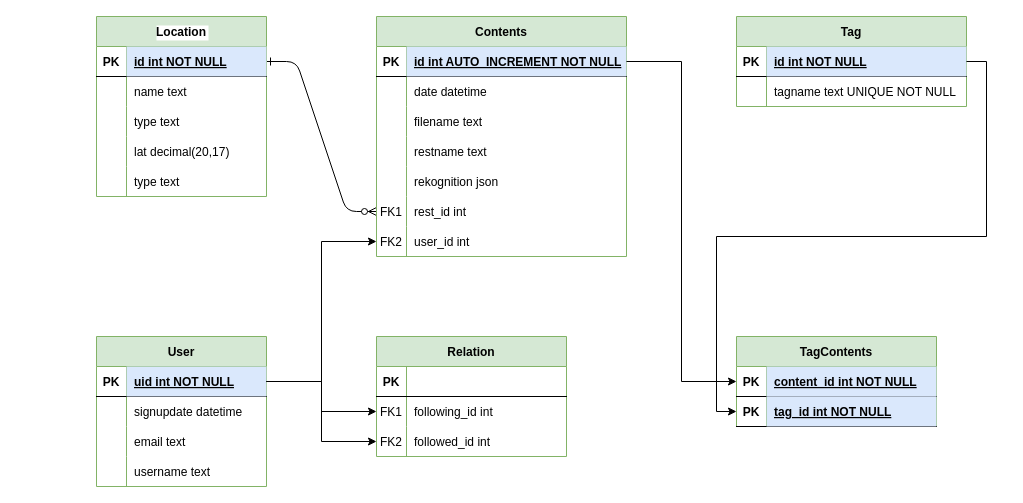
flavor-us/backend keeps this draw.io diagram as Entity Relation Diagram.drawio. Above is the earlier version. Source tidied: cells renumbered, new cells numbered last; positions are measured from the earlier drawing's top-left corner, leaving out a move shared by most shapes. Both pictures are drawn from the tidied source at 100%, with x=0, y=0 at pixel (96, 16).
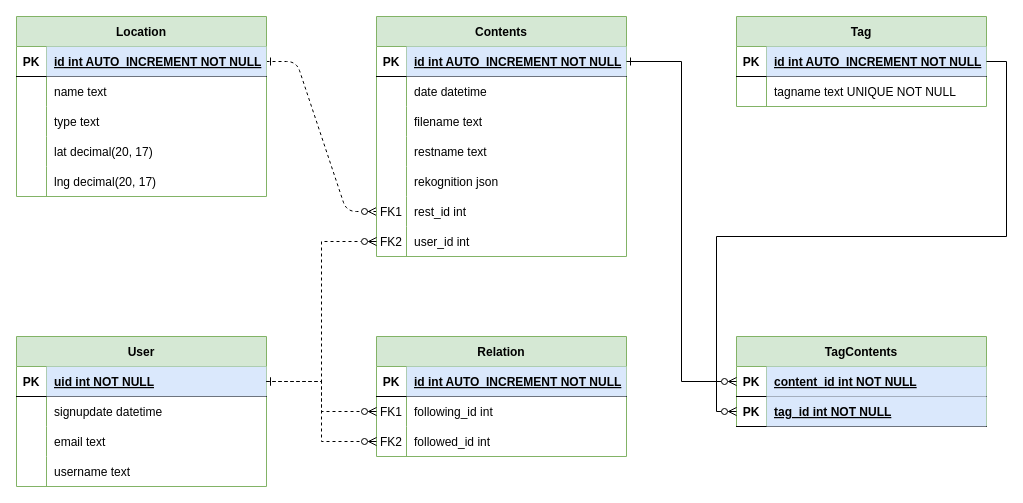
Above is the later version.

Unchanged cells that the change refers to:
```xml
<mxCell id="27" style="shape=partialRectangle;fillColor=none;points=[[0,0.5],[1,0.5]];portConstraint=eastwest;top=0;left=0;right=0;bottom=1;" parent="26" vertex="1">
  <mxGeometry y="30" width="250" height="30" as="geometry" />
</mxCell>
<mxCell id="42" style="shape=partialRectangle;fillColor=none;points=[[0,0.5],[1,0.5]];portConstraint=eastwest;top=0;left=0;right=0;bottom=0;" parent="26" vertex="1">
  <mxGeometry y="180" width="250" height="30" as="geometry" />
</mxCell>
<mxCell id="45" style="shape=partialRectangle;fillColor=none;points=[[0,0.5],[1,0.5]];portConstraint=eastwest;top=0;left=0;right=0;bottom=0;" parent="26" vertex="1">
  <mxGeometry y="210" width="250" height="30" as="geometry" />
</mxCell>
```

What changed in the source:
```diff
@@
-    <mxCell id="2" style="edgeStyle=entityRelationEdgeStyle;endArrow=ERzeroToMany;startArrow=ERone;endFill=1;startFill=0;entryX=0;entryY=0.5;entryDx=0;entryDy=0;" parent="1" edge="1" source="4" target="42">
+    <mxCell id="2" style="edgeStyle=entityRelationEdgeStyle;endArrow=ERzeroToMany;startArrow=ERone;endFill=1;startFill=0;entryX=0;entryY=0.5;entryDx=0;entryDy=0;dashed=1;" parent="1" edge="1" source="4" target="42">
       <mxGeometry relative="1" as="geometry" />
     </mxCell>
-    <mxCell id="3" value="Location" style="shape=table;startSize=30;childLayout=tableLayout;rowLines=0;fontStyle=1;align=center;labelBackgroundColor=default;fillColor=#d5e8d4;strokeColor=#82b366;" parent="1" vertex="1">
-      <mxGeometry width="170" height="180" as="geometry" />
+    <mxCell id="3" value="Location" style="shape=table;startSize=30;childLayout=tableLayout;rowLines=0;fontStyle=1;align=center;labelBackgroundColor=none;fillColor=#d5e8d4;strokeColor=#82b366;" parent="1" vertex="1">
+      <mxGeometry x="-80" width="250" height="180" as="geometry" />
     </mxCell>
     <mxCell id="4" style="shape=partialRectangle;fillColor=none;points=[[0,0.5],[1,0.5]];portConstraint=eastwest;top=0;left=0;right=0;bottom=1;" parent="3" vertex="1">
-      <mxGeometry y="30" width="170" height="30" as="geometry" />
+      <mxGeometry y="30" width="250" height="30" as="geometry" />
     </mxCell>
@@
-    <mxCell id="6" value="id int NOT NULL " style="shape=partialRectangle;overflow=hidden;fillColor=#dae8fc;top=0;left=0;bottom=0;right=0;align=left;spacingLeft=6;fontStyle=5;labelBackgroundColor=none;strokeColor=#6c8ebf;" parent="4" vertex="1">
-      <mxGeometry x="30" width="140" height="30" as="geometry" />
+    <mxCell id="6" value="id int AUTO_INCREMENT NOT NULL" style="shape=partialRectangle;overflow=hidden;fillColor=#dae8fc;top=0;left=0;bottom=0;right=0;align=left;spacingLeft=6;fontStyle=5;labelBackgroundColor=none;strokeColor=#6c8ebf;" parent="4" vertex="1">
+      <mxGeometry x="30" width="220" height="30" as="geometry" />
     </mxCell>
     <mxCell id="7" style="shape=partialRectangle;fillColor=none;top=0;left=0;right=0;bottom=0;" parent="3" vertex="1">
-      <mxGeometry y="60" width="170" height="30" as="geometry" />
+      <mxGeometry y="60" width="250" height="30" as="geometry" />
     </mxCell>
@@
     <mxCell id="9" value="name text" style="shape=partialRectangle;overflow=hidden;fillColor=none;top=0;left=0;bottom=0;right=0;align=left;spacingLeft=6;" parent="7" vertex="1">
-      <mxGeometry x="30" width="140" height="30" as="geometry" />
+      <mxGeometry x="30" width="220" height="30" as="geometry" />
     </mxCell>
     <mxCell id="10" style="shape=partialRectangle;fillColor=none;top=0;left=0;right=0;bottom=0;" parent="3" vertex="1">
-      <mxGeometry y="90" width="170" height="30" as="geometry" />
+      <mxGeometry y="90" width="250" height="30" as="geometry" />
     </mxCell>
@@
     <mxCell id="12" value="type text" style="shape=partialRectangle;overflow=hidden;fillColor=none;top=0;left=0;bottom=0;right=0;align=left;spacingLeft=6;" parent="10" vertex="1">
-      <mxGeometry x="30" width="140" height="30" as="geometry" />
+      <mxGeometry x="30" width="220" height="30" as="geometry" />
     </mxCell>
     <mxCell id="13" style="shape=partialRectangle;fillColor=none;top=0;left=0;right=0;bottom=0;" parent="3" vertex="1">
-      <mxGeometry y="120" width="170" height="30" as="geometry" />
+      <mxGeometry y="120" width="250" height="30" as="geometry" />
     </mxCell>
@@
-    <mxCell id="15" value="lat decimal(20,17)" style="shape=partialRectangle;overflow=hidden;fillColor=none;top=0;left=0;bottom=0;right=0;align=left;spacingLeft=6;" parent="13" vertex="1">
-      <mxGeometry x="30" width="140" height="30" as="geometry" />
+    <mxCell id="15" value="lat decimal(20, 17)" style="shape=partialRectangle;overflow=hidden;fillColor=none;top=0;left=0;bottom=0;right=0;align=left;spacingLeft=6;" parent="13" vertex="1">
+      <mxGeometry x="30" width="220" height="30" as="geometry" />
     </mxCell>
     <mxCell id="16" style="shape=partialRectangle;fillColor=none;top=0;left=0;right=0;bottom=0;" parent="3" vertex="1">
-      <mxGeometry y="150" width="170" height="30" as="geometry" />
+      <mxGeometry y="150" width="250" height="30" as="geometry" />
     </mxCell>
@@
-    <mxCell id="18" value="type text" style="shape=partialRectangle;overflow=hidden;fillColor=none;top=0;left=0;bottom=0;right=0;align=left;spacingLeft=6;" parent="16" vertex="1">
-      <mxGeometry x="30" width="140" height="30" as="geometry" />
+    <mxCell id="18" value="lng decimal(20, 17)" style="shape=partialRectangle;overflow=hidden;fillColor=none;top=0;left=0;bottom=0;right=0;align=left;spacingLeft=6;" parent="16" vertex="1">
+      <mxGeometry x="30" width="220" height="30" as="geometry" />
     </mxCell>
     <mxCell id="19" value="Tag" style="shape=table;startSize=30;childLayout=tableLayout;rowLines=0;fontStyle=1;align=center;fillColor=#d5e8d4;strokeColor=#82b366;" parent="1" vertex="1">
-      <mxGeometry x="640" width="230" height="90" as="geometry" />
+      <mxGeometry x="640" width="250" height="90" as="geometry" />
     </mxCell>
     <mxCell id="20" style="shape=partialRectangle;fillColor=none;points=[[0,0.5],[1,0.5]];portConstraint=eastwest;top=0;left=0;right=0;bottom=1;" parent="19" vertex="1">
-      <mxGeometry y="30" width="230" height="30" as="geometry" />
+      <mxGeometry y="30" width="250" height="30" as="geometry" />
     </mxCell>
@@
-    <mxCell id="22" value="id int NOT NULL " style="shape=partialRectangle;overflow=hidden;fillColor=#dae8fc;top=0;left=0;bottom=0;right=0;align=left;spacingLeft=6;fontStyle=5;strokeColor=#6c8ebf;" parent="20" vertex="1">
-      <mxGeometry x="30" width="200" height="30" as="geometry" />
+    <mxCell id="22" value="id int AUTO_INCREMENT NOT NULL" style="shape=partialRectangle;overflow=hidden;fillColor=#dae8fc;top=0;left=0;bottom=0;right=0;align=left;spacingLeft=6;fontStyle=5;strokeColor=#6c8ebf;" parent="20" vertex="1">
+      <mxGeometry x="30" width="220" height="30" as="geometry" />
     </mxCell>
     <mxCell id="23" style="shape=partialRectangle;fillColor=none;top=0;left=0;right=0;bottom=0;" parent="19" vertex="1">
-      <mxGeometry y="60" width="230" height="30" as="geometry" />
+      <mxGeometry y="60" width="250" height="30" as="geometry" />
     </mxCell>
@@
     <mxCell id="25" value="tagname text UNIQUE NOT NULL" style="shape=partialRectangle;overflow=hidden;fillColor=none;top=0;left=0;bottom=0;right=0;align=left;spacingLeft=6;" parent="23" vertex="1">
-      <mxGeometry x="30" width="200" height="30" as="geometry" />
+      <mxGeometry x="30" width="220" height="30" as="geometry" />
     </mxCell>
@@
     <mxCell id="48" value="User" style="shape=table;startSize=30;childLayout=tableLayout;rowLines=0;fontStyle=1;align=center;fillColor=#d5e8d4;strokeColor=#82b366;" parent="1" vertex="1">
-      <mxGeometry y="320" width="170" height="150" as="geometry" />
+      <mxGeometry x="-80" y="320" width="250" height="150" as="geometry" />
     </mxCell>
     <mxCell id="49" style="shape=partialRectangle;fillColor=none;top=0;left=0;bottom=1;right=0;points=[[0,0.5],[1,0.5]];portConstraint=eastwest;" parent="48" vertex="1">
-      <mxGeometry y="30" width="170" height="30" as="geometry" />
+      <mxGeometry y="30" width="250" height="30" as="geometry" />
     </mxCell>
@@
     <mxCell id="51" value="uid int NOT NULL" style="shape=partialRectangle;fillColor=#dae8fc;top=0;left=0;bottom=0;right=0;align=left;spacingLeft=6;fontStyle=5;overflow=hidden;strokeColor=#6c8ebf;" parent="49" vertex="1">
-      <mxGeometry x="30" width="140" height="30" as="geometry" />
+      <mxGeometry x="30" width="220" height="30" as="geometry" />
     </mxCell>
     <mxCell id="52" style="shape=partialRectangle;fillColor=none;top=0;left=0;bottom=0;right=0;" parent="48" vertex="1">
-      <mxGeometry y="60" width="170" height="30" as="geometry" />
+      <mxGeometry y="60" width="250" height="30" as="geometry" />
     </mxCell>
@@
     <mxCell id="54" value="signupdate datetime" style="shape=partialRectangle;fillColor=none;top=0;left=0;bottom=0;right=0;align=left;spacingLeft=6;overflow=hidden;" parent="52" vertex="1">
-      <mxGeometry x="30" width="140" height="30" as="geometry" />
+      <mxGeometry x="30" width="220" height="30" as="geometry" />
     </mxCell>
     <mxCell id="55" style="shape=partialRectangle;fillColor=none;top=0;left=0;bottom=0;right=0;" parent="48" vertex="1">
-      <mxGeometry y="90" width="170" height="30" as="geometry" />
+      <mxGeometry y="90" width="250" height="30" as="geometry" />
     </mxCell>
@@
     <mxCell id="57" value="email text" style="shape=partialRectangle;fillColor=none;top=0;left=0;bottom=0;right=0;align=left;spacingLeft=6;overflow=hidden;" parent="55" vertex="1">
-      <mxGeometry x="30" width="140" height="30" as="geometry" />
+      <mxGeometry x="30" width="220" height="30" as="geometry" />
     </mxCell>
     <mxCell id="58" style="shape=partialRectangle;fillColor=none;top=0;left=0;bottom=0;right=0;" parent="48" vertex="1">
-      <mxGeometry y="120" width="170" height="30" as="geometry" />
+      <mxGeometry y="120" width="250" height="30" as="geometry" />
     </mxCell>
@@
     <mxCell id="60" value="username text" style="shape=partialRectangle;fillColor=none;top=0;left=0;bottom=0;right=0;align=left;spacingLeft=6;overflow=hidden;" parent="58" vertex="1">
-      <mxGeometry x="30" width="140" height="30" as="geometry" />
+      <mxGeometry x="30" width="220" height="30" as="geometry" />
     </mxCell>
     <mxCell id="61" value="TagContents" style="shape=table;startSize=30;childLayout=tableLayout;rowLines=0;fontStyle=1;align=center;fillColor=#d5e8d4;strokeColor=#82b366;" parent="1" vertex="1">
-      <mxGeometry x="640" y="320" width="200" height="90" as="geometry" />
+      <mxGeometry x="640" y="320" width="250" height="90" as="geometry" />
     </mxCell>
     <mxCell id="62" style="shape=partialRectangle;fillColor=none;top=0;left=0;bottom=1;right=0;points=[[0,0.5],[1,0.5]];portConstraint=eastwest;" parent="61" vertex="1">
-      <mxGeometry y="30" width="200" height="30" as="geometry" />
+      <mxGeometry y="30" width="250" height="30" as="geometry" />
     </mxCell>
@@
     <mxCell id="64" value="content_id int NOT NULL" style="shape=partialRectangle;fillColor=#dae8fc;top=0;left=0;bottom=0;right=0;align=left;spacingLeft=6;fontStyle=5;overflow=hidden;strokeColor=#6c8ebf;" parent="62" vertex="1">
-      <mxGeometry x="30" width="170" height="30" as="geometry" />
+      <mxGeometry x="30" width="220" height="30" as="geometry" />
     </mxCell>
     <mxCell id="65" style="shape=partialRectangle;fillColor=none;top=0;left=0;bottom=1;right=0;points=[[0,0.5],[1,0.5]];portConstraint=eastwest;" parent="61" vertex="1">
-      <mxGeometry y="60" width="200" height="30" as="geometry" />
+      <mxGeometry y="60" width="250" height="30" as="geometry" />
     </mxCell>
@@
     <mxCell id="67" value="tag_id int NOT NULL" style="shape=partialRectangle;fillColor=#dae8fc;top=0;left=0;bottom=0;right=0;align=left;spacingLeft=6;fontStyle=5;overflow=hidden;strokeColor=#6c8ebf;" parent="65" vertex="1">
-      <mxGeometry x="30" width="170" height="30" as="geometry" />
+      <mxGeometry x="30" width="220" height="30" as="geometry" />
     </mxCell>
     <mxCell id="68" value="Relation" style="shape=table;startSize=30;childLayout=tableLayout;rowLines=0;fontStyle=1;align=center;fillColor=#d5e8d4;strokeColor=#82b366;" parent="1" vertex="1">
-      <mxGeometry x="280" y="320" width="190" height="120" as="geometry" />
+      <mxGeometry x="280" y="320" width="250" height="120" as="geometry" />
     </mxCell>
     <mxCell id="69" style="shape=partialRectangle;fillColor=none;top=0;left=0;bottom=1;right=0;" parent="68" vertex="1">
-      <mxGeometry y="30" width="190" height="30" as="geometry" />
+      <mxGeometry y="30" width="250" height="30" as="geometry" />
     </mxCell>
@@
-    <mxCell id="71" style="shape=partialRectangle;fillColor=none;top=0;left=0;bottom=0;right=0;align=left;spacingLeft=6;fontStyle=5;overflow=hidden;" parent="69" vertex="1">
-      <mxGeometry x="30" width="160" height="30" as="geometry" />
+    <mxCell id="71" value="id int AUTO_INCREMENT NOT NULL" style="shape=partialRectangle;fillColor=#dae8fc;top=0;left=0;bottom=0;right=0;align=left;spacingLeft=6;fontStyle=5;overflow=hidden;strokeColor=#6c8ebf;" parent="69" vertex="1">
+      <mxGeometry x="30" width="220" height="30" as="geometry" />
     </mxCell>
     <mxCell id="72" style="shape=partialRectangle;fillColor=none;top=0;left=0;bottom=0;right=0;points=[[0,0.5],[1,0.5]];portConstraint=eastwest;" parent="68" vertex="1">
-      <mxGeometry y="60" width="190" height="30" as="geometry" />
+      <mxGeometry y="60" width="250" height="30" as="geometry" />
     </mxCell>
@@
     <mxCell id="74" value="following_id int" style="shape=partialRectangle;fillColor=none;top=0;left=0;bottom=0;right=0;align=left;spacingLeft=6;overflow=hidden;" parent="72" vertex="1">
-      <mxGeometry x="30" width="160" height="30" as="geometry" />
+      <mxGeometry x="30" width="220" height="30" as="geometry" />
     </mxCell>
     <mxCell id="75" style="shape=partialRectangle;fillColor=none;top=0;left=0;bottom=0;right=0;points=[[0,0.5],[1,0.5]];portConstraint=eastwest;" parent="68" vertex="1">
-      <mxGeometry y="90" width="190" height="30" as="geometry" />
+      <mxGeometry y="90" width="250" height="30" as="geometry" />
     </mxCell>
@@
     <mxCell id="77" value="followed_id int" style="shape=partialRectangle;fillColor=none;top=0;left=0;bottom=0;right=0;align=left;spacingLeft=6;overflow=hidden;" parent="75" vertex="1">
-      <mxGeometry x="30" width="160" height="30" as="geometry" />
+      <mxGeometry x="30" width="220" height="30" as="geometry" />
     </mxCell>
-    <mxCell id="78" style="edgeStyle=orthogonalEdgeStyle;rounded=0;jettySize=auto;html=1;exitX=1;exitY=0.5;exitDx=0;exitDy=0;" parent="1" edge="1" source="49" target="72">
+    <mxCell id="78" style="edgeStyle=orthogonalEdgeStyle;rounded=0;jettySize=auto;html=1;exitX=1;exitY=0.5;exitDx=0;exitDy=0;dashed=1;endArrow=ERzeroToMany;endFill=0;startArrow=ERone;startFill=0;" parent="1" edge="1" source="49" target="72">
       <mxGeometry relative="1" as="geometry" />
     </mxCell>
-    <mxCell id="79" style="edgeStyle=orthogonalEdgeStyle;rounded=0;jettySize=auto;html=1;exitX=1;exitY=0.5;exitDx=0;exitDy=0;entryX=0;entryY=0.5;entryDx=0;entryDy=0;" parent="1" edge="1" source="49" target="75">
+    <mxCell id="79" style="edgeStyle=orthogonalEdgeStyle;rounded=0;jettySize=auto;html=1;exitX=1;exitY=0.5;exitDx=0;exitDy=0;entryX=0;entryY=0.5;entryDx=0;entryDy=0;dashed=1;endArrow=ERzeroToMany;endFill=0;" parent="1" edge="1" source="49" target="75">
       <mxGeometry relative="1" as="geometry" />
     </mxCell>
-    <mxCell id="80" style="edgeStyle=orthogonalEdgeStyle;rounded=0;jettySize=auto;html=1;exitX=1;exitY=0.5;exitDx=0;exitDy=0;entryX=0;entryY=0.5;entryDx=0;entryDy=0;" parent="1" edge="1" source="20" target="65">
+    <mxCell id="80" style="edgeStyle=orthogonalEdgeStyle;rounded=0;jettySize=auto;html=1;exitX=1;exitY=0.5;exitDx=0;exitDy=0;entryX=0;entryY=0.5;entryDx=0;entryDy=0;endArrow=ERzeroToMany;endFill=0;" parent="1" edge="1" source="20" target="65">
       <mxGeometry relative="1" as="geometry" />
     </mxCell>
-    <mxCell id="81" style="edgeStyle=orthogonalEdgeStyle;rounded=0;jettySize=auto;html=1;exitX=1;exitY=0.5;exitDx=0;exitDy=0;entryX=0;entryY=0.5;entryDx=0;entryDy=0;" parent="1" edge="1" source="27" target="62">
+    <mxCell id="81" style="edgeStyle=orthogonalEdgeStyle;rounded=0;jettySize=auto;html=1;exitX=1;exitY=0.5;exitDx=0;exitDy=0;entryX=0;entryY=0.5;entryDx=0;entryDy=0;startArrow=ERone;startFill=0;endArrow=ERzeroToMany;endFill=0;" parent="1" edge="1" source="27" target="62">
       <mxGeometry relative="1" as="geometry" />
     </mxCell>
-    <mxCell id="82" style="edgeStyle=orthogonalEdgeStyle;rounded=0;jettySize=auto;html=1;exitX=1;exitY=0.5;exitDx=0;exitDy=0;entryX=0;entryY=0.5;entryDx=0;entryDy=0;" parent="1" edge="1" source="49" target="45">
+    <mxCell id="82" style="edgeStyle=orthogonalEdgeStyle;rounded=0;jettySize=auto;html=1;exitX=1;exitY=0.5;exitDx=0;exitDy=0;entryX=0;entryY=0.5;entryDx=0;entryDy=0;endArrow=ERzeroToMany;endFill=0;startArrow=ERone;startFill=0;dashed=1;" parent="1" edge="1" source="49" target="45">
       <mxGeometry relative="1" as="geometry" />
     </mxCell>
```
